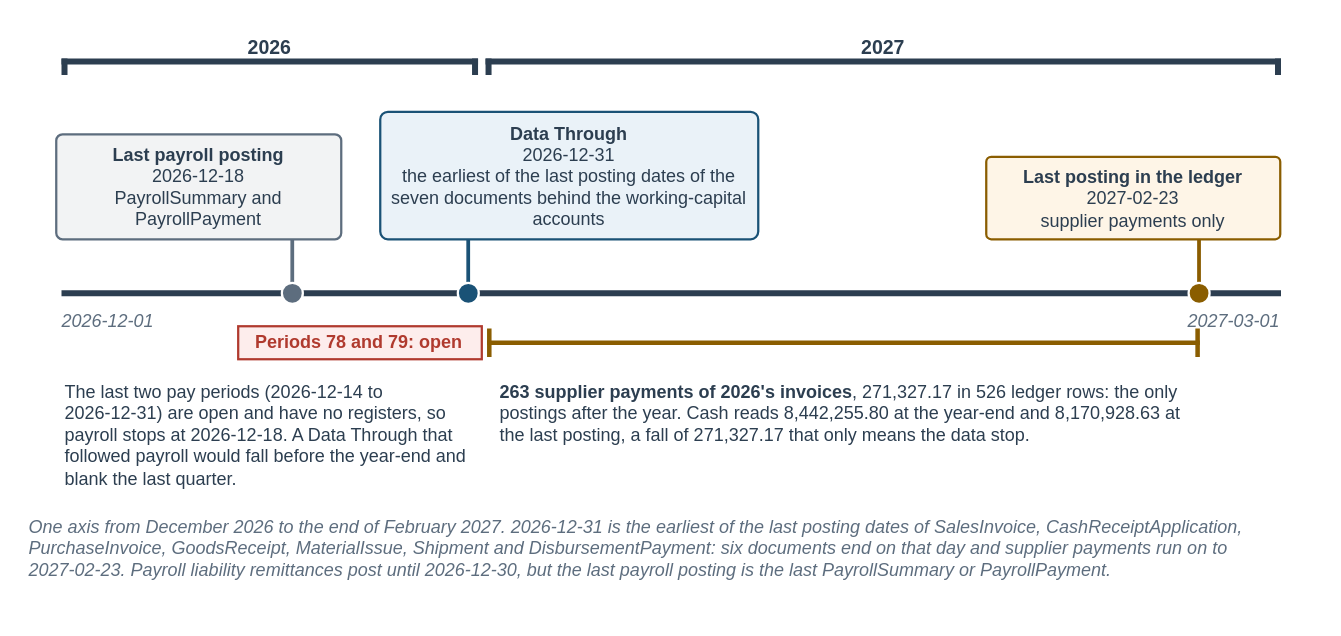
The draw.io diagram facts/instructor/figures/case-part-4/IF-C4-0-B.drawio in mmcodesso/Accounting_Analytics_Book, before the edit. Source tidied: cells renumbered, new cells numbered last; positions are measured from the earlier drawing's top-left corner, leaving out a move shared by most shapes. Both pictures are drawn from the tidied source at 150%, with x=0, y=0 at pixel (26, 26).
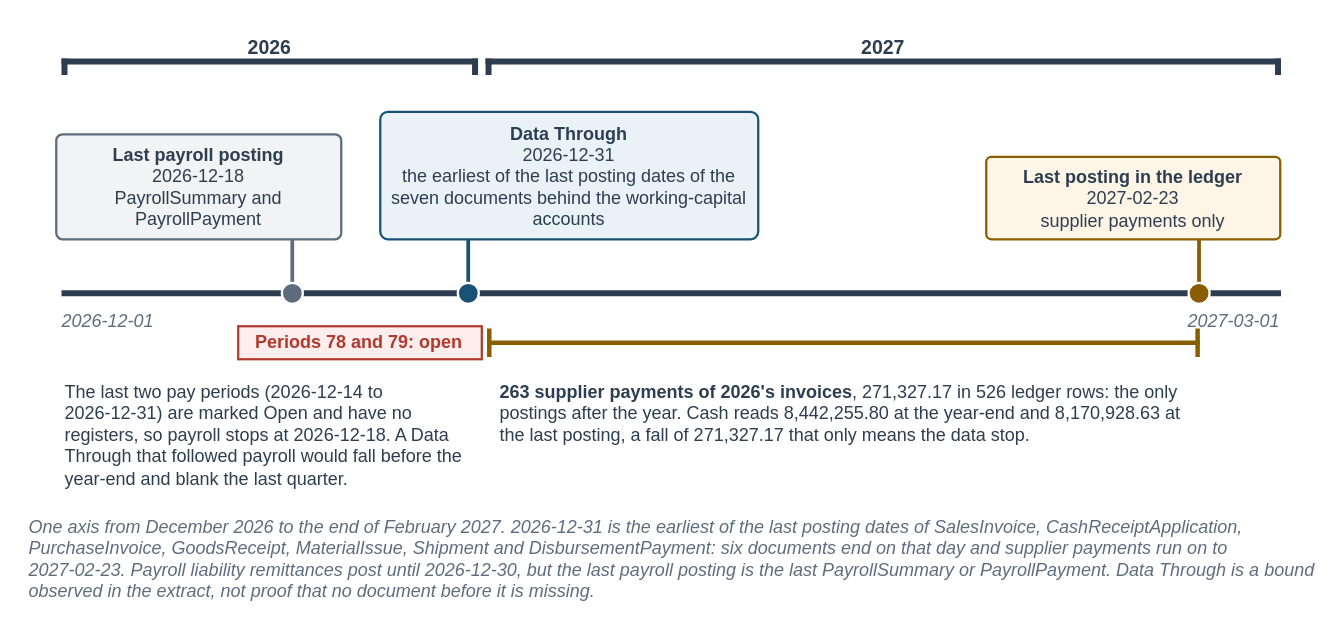
Above is the later version.

What changed in the source:
```diff
@@
     <mxCell id="2" style="rounded=0;html=1;fillColor=none;strokeColor=none;" parent="1" vertex="1">
-      <mxGeometry width="860" height="375" as="geometry" />
+      <mxGeometry width="860" height="390" as="geometry" />
     </mxCell>
@@
-    <mxCell id="24" value="The last two pay periods (&lt;span style=&quot;white-space:nowrap&quot;&gt;2026-12-14&lt;/span&gt; to &lt;span style=&quot;white-space:nowrap&quot;&gt;2026-12-31&lt;/span&gt;) are open and have no registers, so payroll stops at &lt;span style=&quot;white-space:nowrap&quot;&gt;2026-12-18&lt;/span&gt;. A Data Through that followed payroll would fall before the year-end and blank the last quarter." style="text;html=1;whiteSpace=wrap;align=left;verticalAlign=top;fontSize=12;fontColor=#2C3E50;fontStyle=0;fontFamily=Helvetica;spacing=2;fillColor=none;strokeColor=none;" parent="1" vertex="1">
+    <mxCell id="24" value="The last two pay periods (&lt;span style=&quot;white-space:nowrap&quot;&gt;2026-12-14&lt;/span&gt; to &lt;span style=&quot;white-space:nowrap&quot;&gt;2026-12-31&lt;/span&gt;) are marked Open and have no registers, so payroll stops at &lt;span style=&quot;white-space:nowrap&quot;&gt;2026-12-18&lt;/span&gt;. A Data Through that followed payroll would fall before the year-end and blank the last quarter." style="text;html=1;whiteSpace=wrap;align=left;verticalAlign=top;fontSize=12;fontColor=#2C3E50;fontStyle=0;fontFamily=Helvetica;spacing=2;fillColor=none;strokeColor=none;" parent="1" vertex="1">
       <mxGeometry x="24" y="230" width="276" height="80" as="geometry" />
     </mxCell>
@@
-    <mxCell id="29" value="&lt;i&gt;One axis from December 2026 to the end of February 2027. &lt;span style=&quot;white-space:nowrap&quot;&gt;2026-12-31&lt;/span&gt; is the earliest of the last posting dates of SalesInvoice, CashReceiptApplication, PurchaseInvoice, GoodsReceipt, MaterialIssue, Shipment and DisbursementPayment: six documents end on that day and supplier payments run on to &lt;span style=&quot;white-space:nowrap&quot;&gt;2027-02-23&lt;/span&gt;. Payroll liability remittances post until &lt;span style=&quot;white-space:nowrap&quot;&gt;2026-12-30&lt;/span&gt;, but the last payroll posting is the last PayrollSummary or PayrollPayment.&lt;/i&gt;" style="text;html=1;whiteSpace=wrap;align=left;verticalAlign=top;fontSize=12;fontColor=#5D6D7E;fontStyle=0;fontFamily=Helvetica;spacing=2;fillColor=none;strokeColor=none;" parent="1" vertex="1">
-      <mxGeometry y="320" width="860" height="53" as="geometry" />
+    <mxCell id="29" value="&lt;i&gt;One axis from December 2026 to the end of February 2027. &lt;span style=&quot;white-space:nowrap&quot;&gt;2026-12-31&lt;/span&gt; is the earliest of the last posting dates of SalesInvoice, CashReceiptApplication, PurchaseInvoice, GoodsReceipt, MaterialIssue, Shipment and DisbursementPayment: six documents end on that day and supplier payments run on to &lt;span style=&quot;white-space:nowrap&quot;&gt;2027-02-23&lt;/span&gt;. Payroll liability remittances post until &lt;span style=&quot;white-space:nowrap&quot;&gt;2026-12-30&lt;/span&gt;, but the last payroll posting is the last PayrollSummary or PayrollPayment. Data Through is a bound observed in the extract, not proof that no document before it is missing.&lt;/i&gt;" style="text;html=1;whiteSpace=wrap;align=left;verticalAlign=top;fontSize=12;fontColor=#5D6D7E;fontStyle=0;fontFamily=Helvetica;spacing=2;fillColor=none;strokeColor=none;" parent="1" vertex="1">
+      <mxGeometry y="320" width="860" height="68" as="geometry" />
     </mxCell>
```
